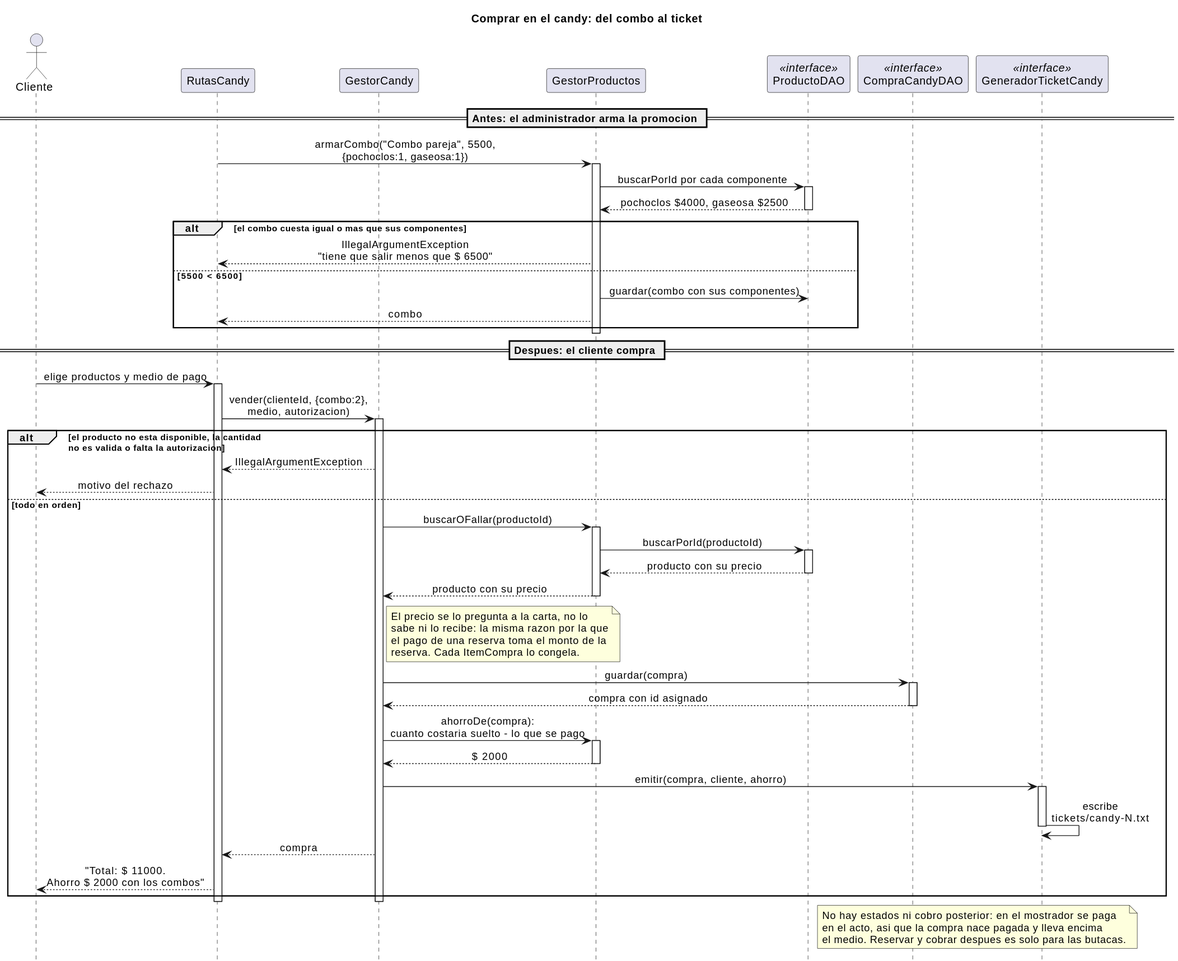
The PlantUML diagram cine-backend/docs/diagramas/secuencia-candy.svg in andreiveisuade/cine-uade, before a commit.
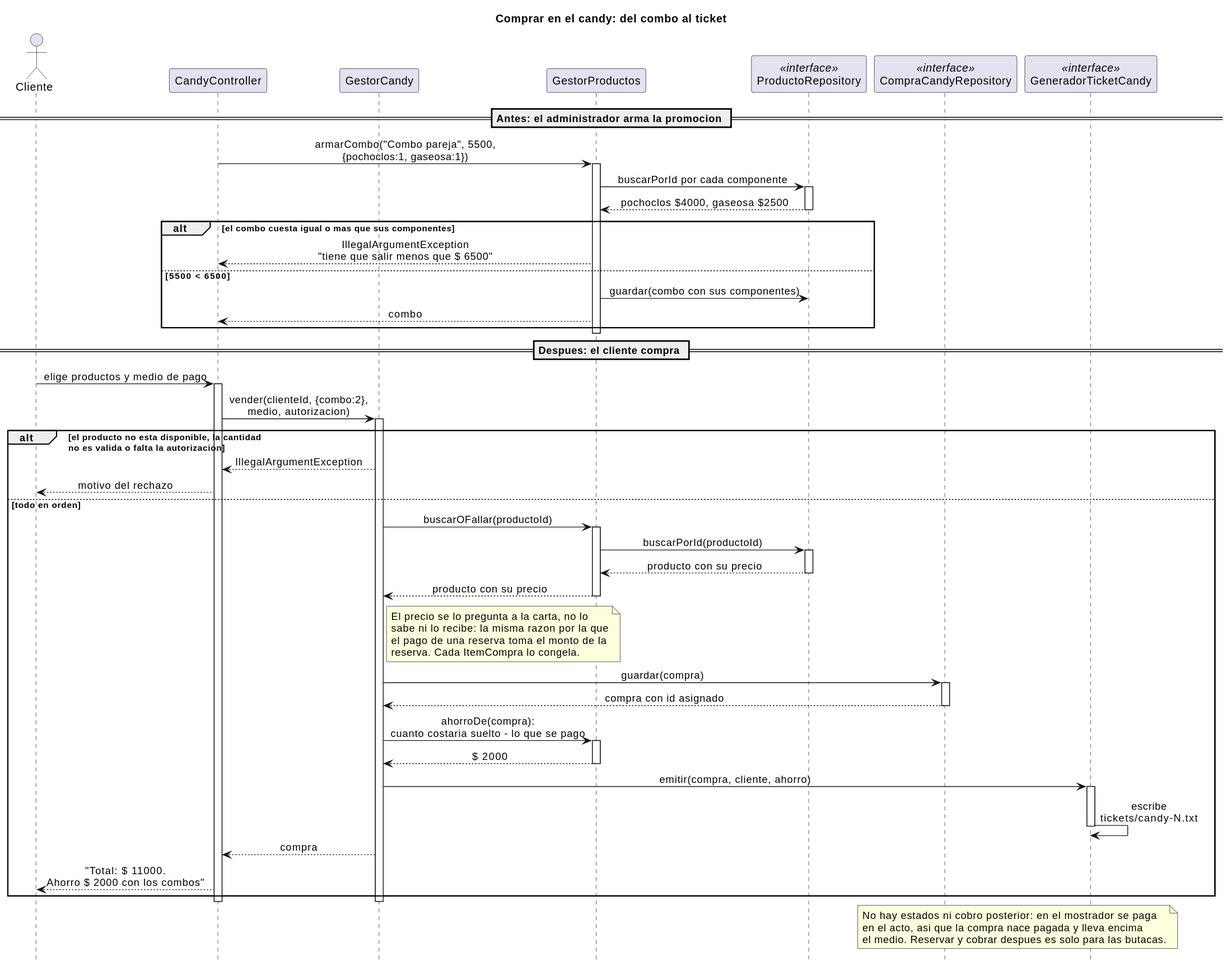
The same diagram one commit later.

Change to the diagram source:
```diff
@@ -5,11 +5,11 @@
 hide footbox
 
 actor Cliente
-participant "RutasCandy" as UI
+participant "CandyController" as UI
 participant "GestorCandy" as Gestor
 participant "GestorProductos" as Carta
-participant "ProductoDAO" as Productos <<interface>>
-participant "CompraCandyDAO" as DAO <<interface>>
+participant "ProductoRepository" as Productos <<interface>>
+participant "CompraCandyRepository" as DAO <<interface>>
 participant "GeneradorTicketCandy" as Ticket <<interface>>
 
 == Antes: el administrador arma la promocion ==
```
